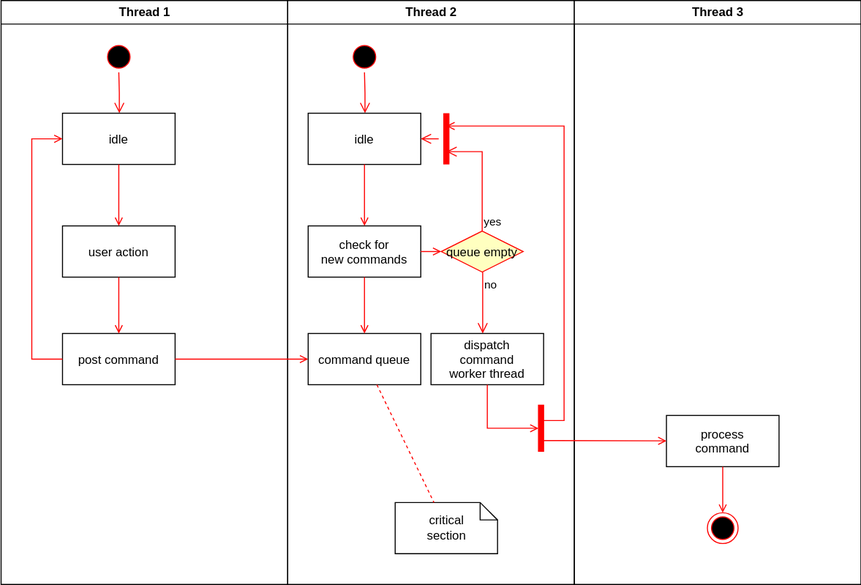
Before: model/Untitled Diagram.drawio.svg, a diagram exported from draw.io (TehpphoENIX/KPI7_PC_CW). Source tidied: cells renumbered, new cells last; positions are measured from the earlier drawing's top-left corner, leaving out a move shared by most shapes.
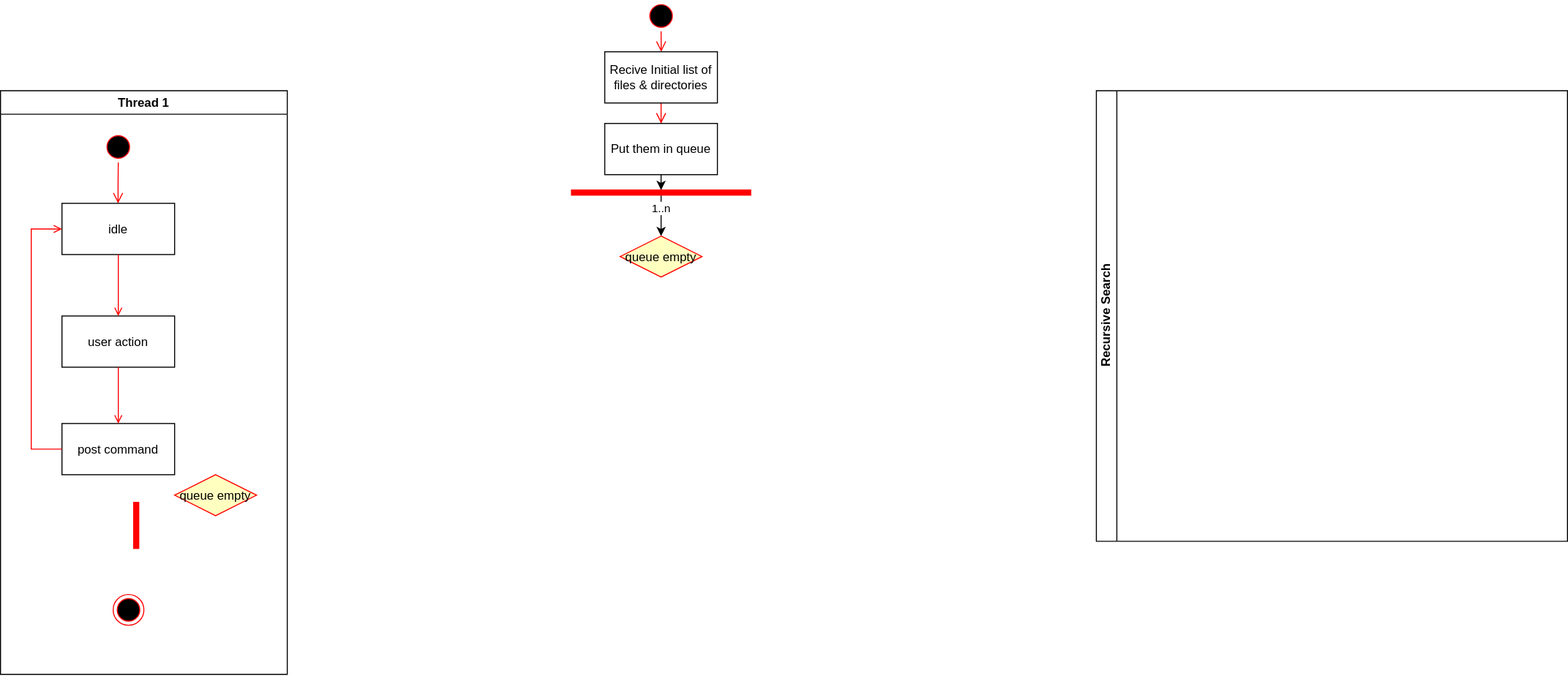
Above is the later version.

Change to the diagram source:
```diff
@@ -33,98 +33,47 @@
         </Array>
       </mxGeometry>
     </mxCell>
-    <mxCell id="11" value="Thread 2" style="swimlane;whiteSpace=wrap;" parent="1" vertex="1">
-      <mxGeometry x="280.5" width="280" height="570" as="geometry" />
-    </mxCell>
-    <mxCell id="12" style="ellipse;shape=startState;fillColor=#000000;strokeColor=#ff0000;" parent="11" vertex="1">
-      <mxGeometry x="60" y="40" width="30" height="30" as="geometry" />
-    </mxCell>
-    <mxCell id="13" style="edgeStyle=elbowEdgeStyle;elbow=horizontal;verticalAlign=bottom;endArrow=open;endSize=8;strokeColor=#FF0000;endFill=1;rounded=0;" parent="11" edge="1" source="12" target="14">
-      <mxGeometry x="40" y="20" as="geometry" />
-    </mxCell>
-    <mxCell id="14" value="idle" parent="11" vertex="1">
-      <mxGeometry x="20" y="110" width="110" height="50" as="geometry" />
-    </mxCell>
-    <mxCell id="15" value="check for &#10;new commands" parent="11" vertex="1">
-      <mxGeometry x="20" y="220" width="110" height="50" as="geometry" />
-    </mxCell>
-    <mxCell id="16" style="endArrow=open;strokeColor=#FF0000;endFill=1;rounded=0;" parent="11" edge="1" source="14" target="15">
-      <mxGeometry relative="1" as="geometry" />
-    </mxCell>
-    <mxCell id="17" value="command queue" parent="11" vertex="1">
-      <mxGeometry x="20" y="325" width="110" height="50" as="geometry" />
-    </mxCell>
-    <mxCell id="18" style="endArrow=open;strokeColor=#FF0000;endFill=1;rounded=0;" parent="11" edge="1" source="15" target="17">
-      <mxGeometry relative="1" as="geometry" />
-    </mxCell>
-    <mxCell id="19" value="queue empty" style="rhombus;fillColor=#ffffc0;strokeColor=#ff0000;" parent="11" vertex="1">
-      <mxGeometry x="150" y="225" width="80" height="40" as="geometry" />
+    <mxCell id="19" value="queue empty" style="rhombus;fillColor=#ffffc0;strokeColor=#ff0000;" parent="2" vertex="1">
+      <mxGeometry x="170" y="375" width="80" height="40" as="geometry" />
     </mxCell>
-    <mxCell id="20" value="yes" style="edgeStyle=elbowEdgeStyle;elbow=horizontal;align=left;verticalAlign=bottom;endArrow=open;endSize=8;strokeColor=#FF0000;exitX=0.5;exitY=0;endFill=1;rounded=0;entryX=0.75;entryY=0.5;entryPerimeter=0;" parent="11" edge="1" source="19" target="23">
-      <mxGeometry x="-1" relative="1" as="geometry">
-        <Array as="points">
-          <mxPoint x="190" y="180" />
-        </Array>
-      </mxGeometry>
-    </mxCell>
-    <mxCell id="21" value="no" style="edgeStyle=elbowEdgeStyle;elbow=horizontal;align=left;verticalAlign=top;endArrow=open;endSize=8;strokeColor=#FF0000;endFill=1;rounded=0;" parent="11" edge="1" source="19" target="25">
-      <mxGeometry x="-1" relative="1" as="geometry" />
-    </mxCell>
-    <mxCell id="22" style="endArrow=open;strokeColor=#FF0000;endFill=1;rounded=0;" parent="11" edge="1" source="15" target="19">
-      <mxGeometry relative="1" as="geometry" />
-    </mxCell>
-    <mxCell id="23" style="shape=line;strokeWidth=6;strokeColor=#ff0000;rotation=90;" parent="11" vertex="1">
-      <mxGeometry x="130" y="127.5" width="50" height="15" as="geometry" />
-    </mxCell>
-    <mxCell id="24" style="edgeStyle=elbowEdgeStyle;elbow=horizontal;verticalAlign=bottom;endArrow=open;endSize=8;strokeColor=#FF0000;endFill=1;rounded=0;" parent="11" edge="1" source="23" target="14">
-      <mxGeometry x="130" y="90" as="geometry" />
-    </mxCell>
-    <mxCell id="25" value="dispatch&#10;command&#10;worker thread" parent="11" vertex="1">
-      <mxGeometry x="140" y="325" width="110" height="50" as="geometry" />
-    </mxCell>
-    <mxCell id="26" value="critical&#10;section" style="shape=note;whiteSpace=wrap;size=17;" parent="11" vertex="1">
-      <mxGeometry x="105" y="490" width="100" height="50" as="geometry" />
-    </mxCell>
-    <mxCell id="27" style="endArrow=none;strokeColor=#FF0000;endFill=0;rounded=0;dashed=1;" parent="11" edge="1" source="17" target="26">
-      <mxGeometry relative="1" as="geometry" />
-    </mxCell>
+    <mxCell id="34" style="ellipse;shape=endState;fillColor=#000000;strokeColor=#ff0000;" parent="1" vertex="1">
+      <mxGeometry x="110.5" y="492" width="30" height="30" as="geometry" />
+    </mxCell>
-    <mxCell id="28" style="whiteSpace=wrap;strokeColor=#FF0000;fillColor=#FF0000;" parent="11" vertex="1">
-      <mxGeometry x="245" y="395" width="5" height="45" as="geometry" />
+    <mxCell id="28" style="whiteSpace=wrap;strokeColor=#FF0000;fillColor=#FF0000;" parent="1" vertex="1">
+      <mxGeometry x="130.5" y="402" width="5" height="45" as="geometry" />
     </mxCell>
-    <mxCell id="29" style="edgeStyle=elbowEdgeStyle;elbow=horizontal;entryX=0;entryY=0.5;strokeColor=#FF0000;endArrow=open;endFill=1;rounded=0;" parent="11" edge="1" source="25" target="28">
-      <mxGeometry relative="1" as="geometry">
-        <Array as="points">
-          <mxPoint x="195" y="400" />
-        </Array>
-      </mxGeometry>
-    </mxCell>
-    <mxCell id="30" value="Thread 3" style="swimlane;whiteSpace=wrap;" parent="1" vertex="1">
-      <mxGeometry x="560.5" width="280" height="570" as="geometry" />
-    </mxCell>
-    <mxCell id="31" value="process&#10;command" parent="30" vertex="1">
-      <mxGeometry x="90" y="405" width="110" height="50" as="geometry" />
-    </mxCell>
-    <mxCell id="32" style="edgeStyle=elbowEdgeStyle;elbow=horizontal;strokeColor=#FF0000;endArrow=open;endFill=1;rounded=0;entryX=0.25;entryY=0.5;entryPerimeter=0;" parent="30" edge="1" target="23">
-      <mxGeometry relative="1" as="geometry">
-        <mxPoint x="-30" y="410" as="sourcePoint" />
-        <Array as="points">
-          <mxPoint x="-10" y="135" />
-        </Array>
-      </mxGeometry>
-    </mxCell>
-    <mxCell id="33" style="edgeStyle=none;strokeColor=#FF0000;endArrow=open;endFill=1;rounded=0;" parent="30" edge="1" target="31">
-      <mxGeometry relative="1" as="geometry">
-        <mxPoint x="-30" y="429.5" as="sourcePoint" />
-      </mxGeometry>
-    </mxCell>
-    <mxCell id="34" style="ellipse;shape=endState;fillColor=#000000;strokeColor=#ff0000;" parent="30" vertex="1">
-      <mxGeometry x="130" y="500" width="30" height="30" as="geometry" />
-    </mxCell>
-    <mxCell id="35" style="endArrow=open;strokeColor=#FF0000;endFill=1;rounded=0;" parent="30" edge="1" source="31" target="34">
-      <mxGeometry relative="1" as="geometry" />
-    </mxCell>
-    <mxCell id="36" style="endArrow=open;strokeColor=#FF0000;endFill=1;rounded=0;" parent="1" edge="1" source="8" target="17">
-      <mxGeometry relative="1" as="geometry" />
-    </mxCell>
+    <mxCell id="37" value="Recursive Search" style="swimlane;startSize=20;horizontal=0;html=1;" parent="1" vertex="1">
+      <mxGeometry x="1070.5" width="460" height="440" as="geometry" />
+    </mxCell>
+    <mxCell id="38" style="ellipse;shape=startState;fillColor=#000000;strokeColor=#ff0000;" parent="1" vertex="1">
+      <mxGeometry x="630.5" y="-88" width="30" height="30" as="geometry" />
+    </mxCell>
+    <mxCell id="39" style="edgeStyle=elbowEdgeStyle;elbow=horizontal;verticalAlign=bottom;endArrow=open;endSize=8;strokeColor=#FF0000;endFill=1;rounded=0;entryX=0.5;entryY=0;entryDx=0;entryDy=0;" parent="1" edge="1" source="38" target="41">
+      <mxGeometry x="100" y="40" as="geometry" />
+    </mxCell>
+    <mxCell id="40" style="edgeStyle=orthogonalEdgeStyle;rounded=0;jettySize=auto;html=1;fillColor=#f8cecc;strokeColor=#FF0000;endArrow=open;endFill=1;verticalAlign=bottom;endSize=8;" parent="1" edge="1" source="41" target="43">
+      <mxGeometry relative="1" as="geometry" />
+    </mxCell>
+    <mxCell id="41" value="Recive Initial list of files &amp; directories" style="whiteSpace=wrap;" parent="1" vertex="1">
+      <mxGeometry x="590.5" y="-38" width="110" height="50" as="geometry" />
+    </mxCell>
+    <mxCell id="42" style="edgeStyle=orthogonalEdgeStyle;rounded=0;jettySize=auto;html=1;entryX=0;entryY=0.5;entryDx=0;entryDy=0;" parent="1" edge="1" source="43" target="46">
+      <mxGeometry relative="1" as="geometry" />
+    </mxCell>
+    <mxCell id="43" value="Put them in queue" style="whiteSpace=wrap;" parent="1" vertex="1">
+      <mxGeometry x="590.5" y="32" width="110" height="50" as="geometry" />
+    </mxCell>
+    <mxCell id="44" style="edgeStyle=orthogonalEdgeStyle;rounded=0;jettySize=auto;html=1;entryX=0.5;entryY=0;entryDx=0;entryDy=0;" parent="1" edge="1" source="46" target="47">
+      <mxGeometry relative="1" as="geometry" />
+    </mxCell>
+    <mxCell id="45" value="1..n" style="edgeLabel;html=1;align=center;verticalAlign=middle;" parent="44" vertex="1">
+      <mxGeometry x="-0.37" relative="1" as="geometry" />
+    </mxCell>
+    <mxCell id="46" style="whiteSpace=wrap;strokeColor=#FF0000;fillColor=#FF0000;rotation=90;" parent="1" vertex="1">
+      <mxGeometry x="643" y="12" width="5" height="175" as="geometry" />
+    </mxCell>
+    <mxCell id="47" value="queue empty" style="rhombus;fillColor=#ffffc0;strokeColor=#ff0000;" parent="1" vertex="1">
+      <mxGeometry x="605.5" y="142" width="80" height="40" as="geometry" />
+    </mxCell>
   </root>
 </mxGraphModel>
```
